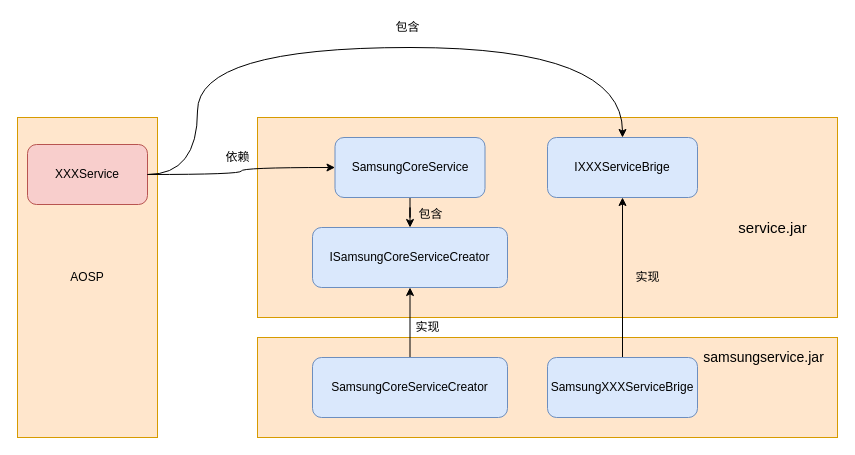
The draw.io diagram page "Page-3" (3 of 6) of Untitled Diagram.drawio in juzdm/note, before the edit. Source tidied: cells renumbered, new cells numbered last; positions are measured from the earlier drawing's top-left corner, leaving out a move shared by most shapes. Both pictures are drawn from the tidied source at 100%, with x=0, y=0 at pixel (17, 17).
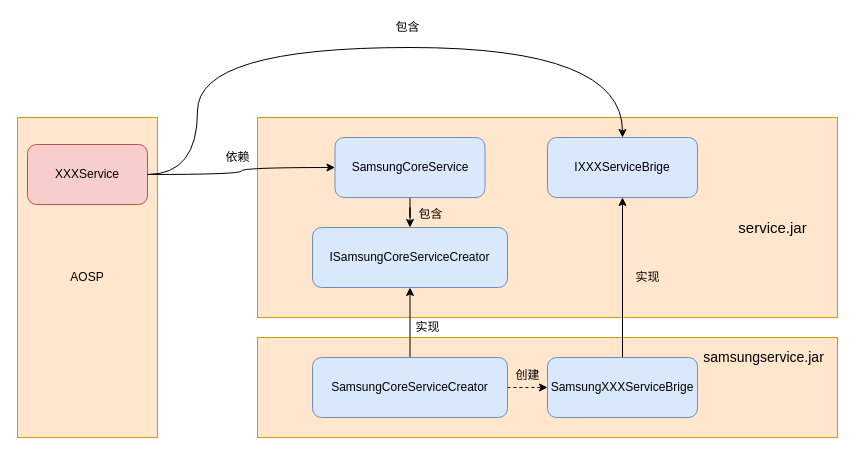
The same page after the edit.

The change refers to these unchanged cells:
```xml
<mxCell id="10" value="SamsungCoreServiceCreator" style="rounded=1;whiteSpace=wrap;html=1;fillColor=#dae8fc;strokeColor=#6c8ebf;" parent="1" vertex="1">
  <mxGeometry x="295" y="340" width="195" height="60" as="geometry" />
</mxCell>
<mxCell id="13" value="SamsungXXXServiceBrige" style="rounded=1;whiteSpace=wrap;html=1;fillColor=#dae8fc;strokeColor=#6c8ebf;" parent="1" vertex="1">
  <mxGeometry x="530" y="340" width="150" height="60" as="geometry" />
</mxCell>
```

What changed in the source:
```diff
@@
+    <mxCell id="23" style="edgeStyle=orthogonalEdgeStyle;curved=1;rounded=0;jettySize=auto;html=1;exitX=1;exitY=0.5;exitDx=0;exitDy=0;dashed=1;fontSize=12;" parent="1" edge="1" source="10" target="13">
+      <mxGeometry relative="1" as="geometry" />
+    </mxCell>
@@
+    <mxCell id="24" value="创建" style="text;html=1;align=center;verticalAlign=middle;strokeColor=none;fillColor=none;fontSize=12;" parent="1" vertex="1">
+      <mxGeometry x="490" y="348" width="40" height="20" as="geometry" />
+    </mxCell>
```
